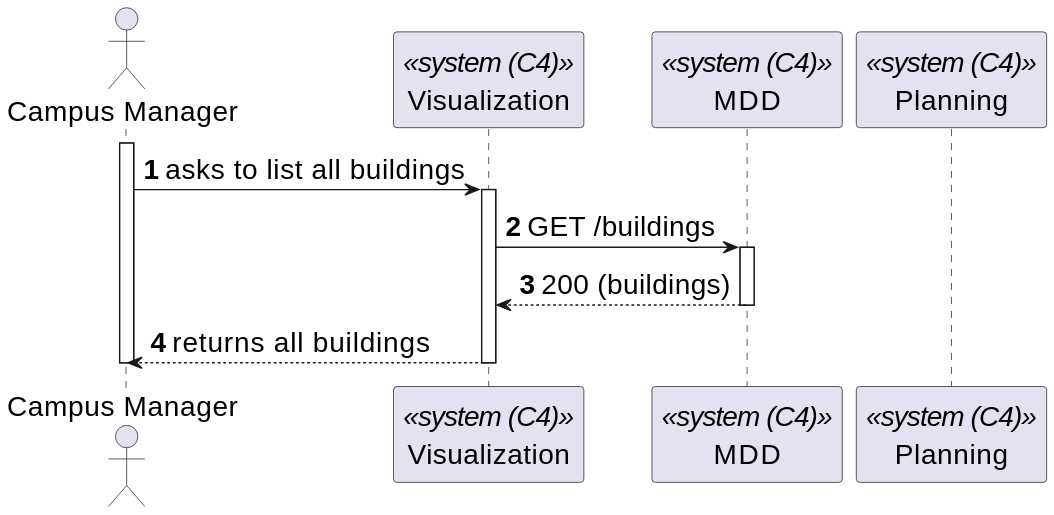
Above: _wiki/sprint-b/us-1090/views/level-2/assets/process-view.svg in miseEnPlace-dev/lapr5 (PlantUML), before the change. The source it was exported from:
```plantuml
@startuml
skinparamlocked defaultFontSize 20
autonumber

actor CM as "Campus Manager"
participant UI as "Visualization" <<system (C4)>>
participant MDD as "MDD" <<system (C4)>>
participant P as "Planning" <<system (C4)>>


activate CM

CM -> UI : asks to list all buildings
activate UI

UI -> MDD : GET /buildings
activate MDD
MDD --> UI : 200 (buildings)
deactivate MDD

CM <-- UI : returns all buildings
deactivate UI


deactivate CM
@enduml
```
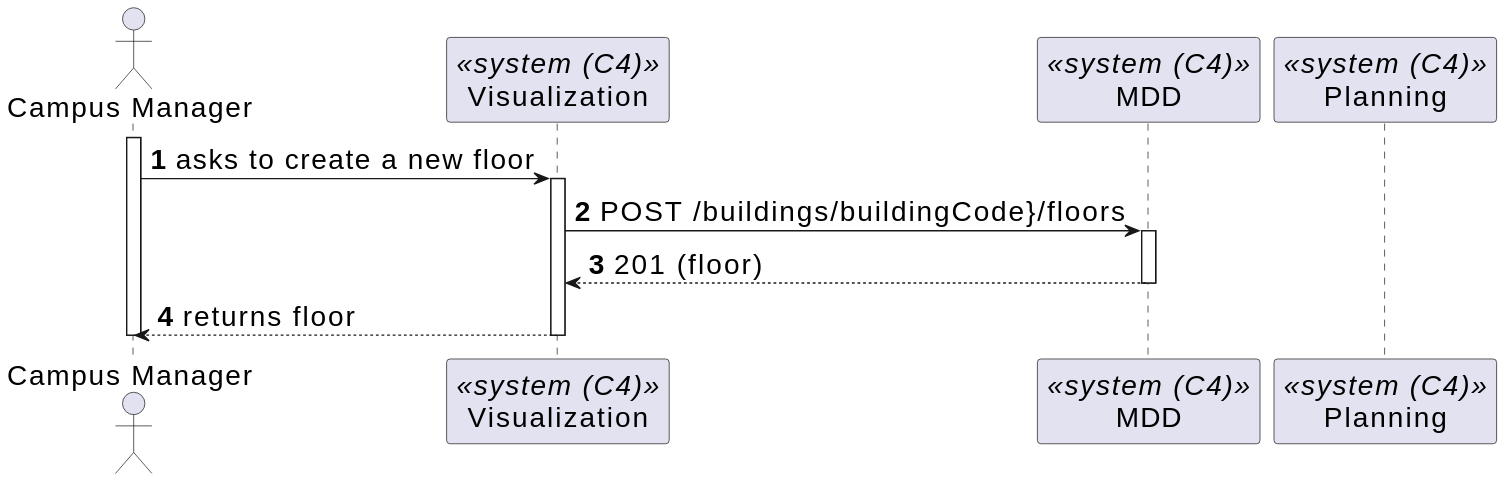
Later version of the same file.

Change to the diagram source:
```diff
@@ -10,17 +10,16 @@
 
 activate CM
 
-CM -> UI : asks to list all buildings
+CM -> UI : asks to create a new floor
 activate UI
 
-UI -> MDD : GET /buildings
+UI -> MDD : POST /buildings/buildingCode}/floors
 activate MDD
-MDD --> UI : 200 (buildings)
+MDD --> UI : 201 (floor)
 deactivate MDD
 
-CM <-- UI : returns all buildings
+CM <-- UI : returns floor
 deactivate UI
-
 
 deactivate CM
 @enduml
```
